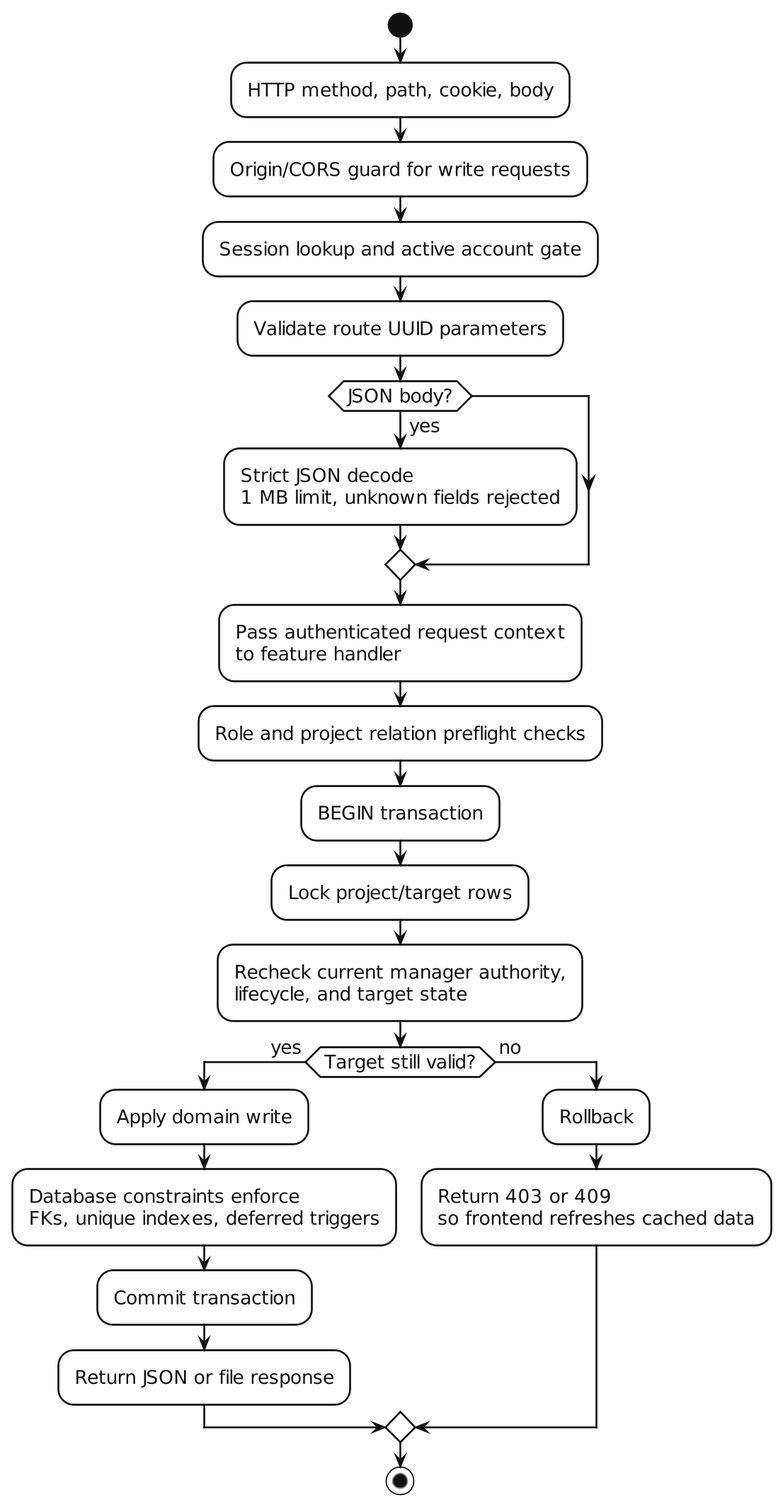
The PlantUML diagram report/assets/diagrams/request-boundary.png in gachu2002/UniTrack, before a commit.
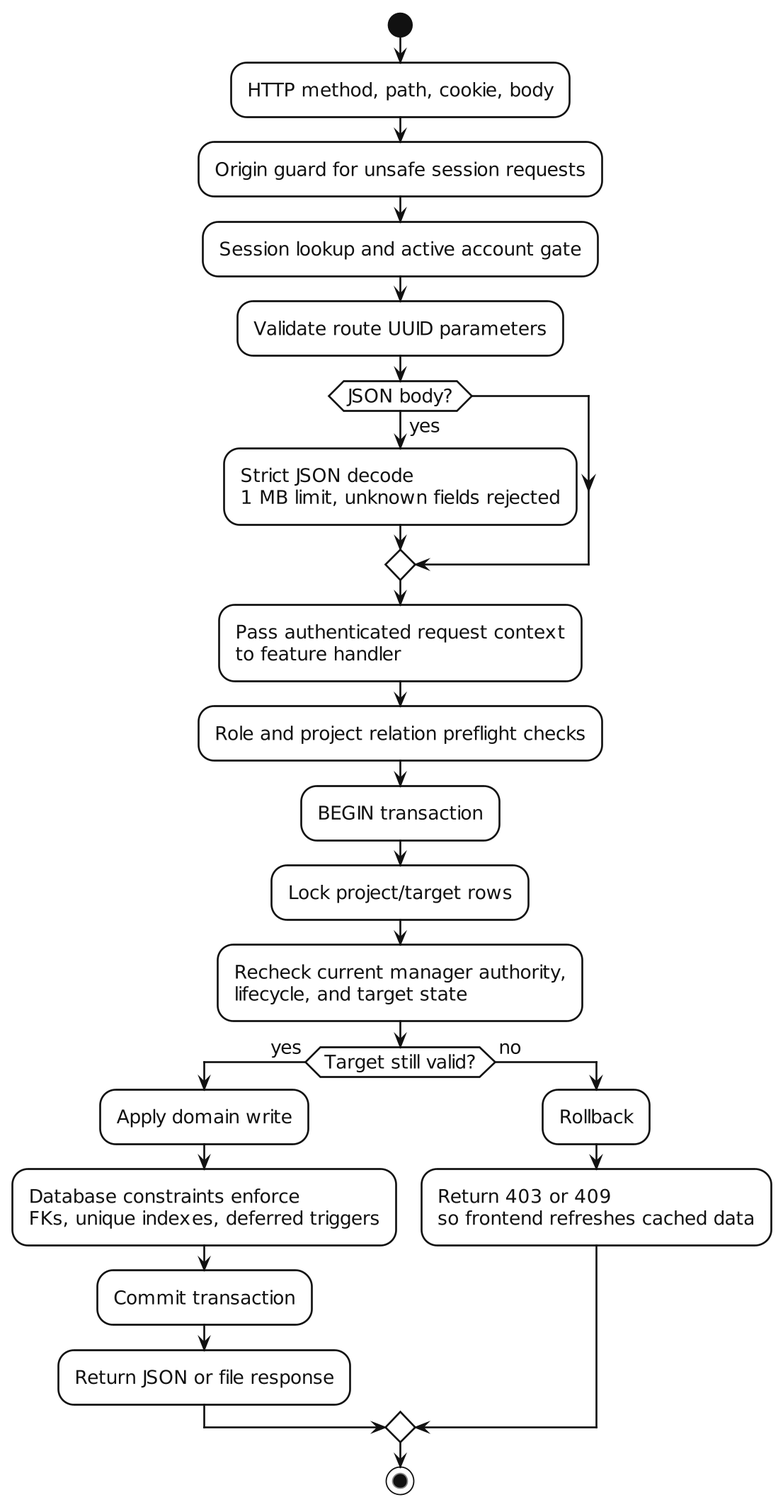
The same diagram one commit later.

Diff of the diagram source:
```diff
@@ -106,7 +106,7 @@
 
 start
 :HTTP method, path, cookie, body;
-:Origin/CORS guard for write requests;
+:Origin guard for unsafe session requests;
 :Session lookup and active account gate;
 :Validate route UUID parameters;
 if (JSON body?) then (yes)
```
